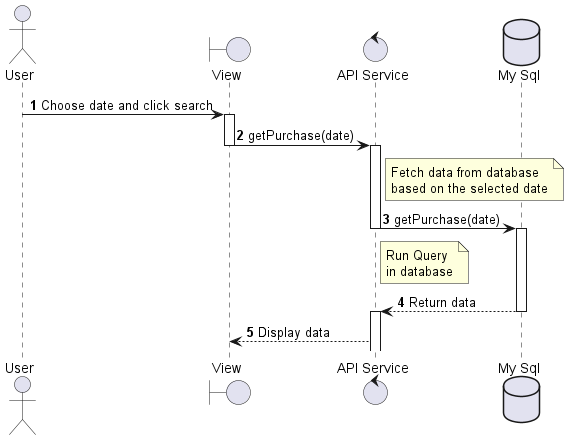
Earlier version of the PlantUML export out/sequenceDiagram_Purchase_getData/sequenceDiagram_Purchase_getData.png (Fitranda/Diagram). The source it was exported from:
```plantuml
@startuml sequenceDiagram_Purchase_getData
actor User
boundary "View" as View
control "API Service" as APIService
database "My Sql" as DB

autonumber
User -> View --++ : Choose date and click search
View -> APIService --++ : getPurchase(date)
note right of APIService: Fetch data from database\nbased on the selected date
APIService -> DB --++ : getPurchase(date)
note right of APIService: Run Query\nin database
DB --> APIService --++ : Return data
APIService --> View : Display data
@enduml
```
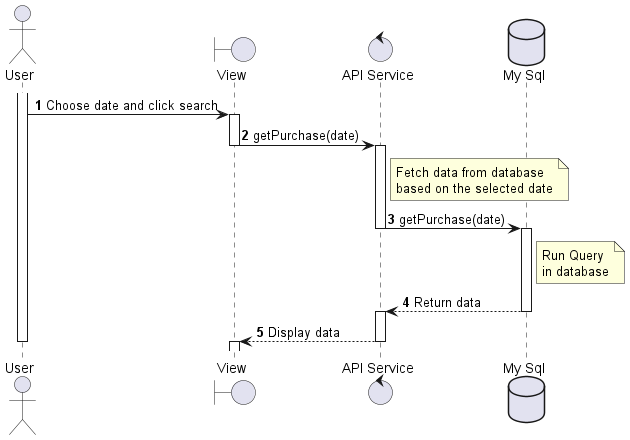
Above is the later version.

Change to the diagram source:
```diff
@@ -5,11 +5,21 @@
 database "My Sql" as DB
 
 autonumber
-User -> View --++ : Choose date and click search
-View -> APIService --++ : getPurchase(date)
+activate User
+User -> View : Choose date and click search
+activate View
+View -> APIService : getPurchase(date)
+deactivate View
+activate APIService
 note right of APIService: Fetch data from database\nbased on the selected date
-APIService -> DB --++ : getPurchase(date)
-note right of APIService: Run Query\nin database
-DB --> APIService --++ : Return data
-APIService --> View : Display data
+APIService -> DB : getPurchase(date)
+deactivate APIService
+activate DB
+note right of DB: Run Query\nin database
+DB --> APIService : Return data
+deactivate DB
+activate APIService
+APIService --> View --++: Display data
+deactivate APIService
+deactivate User
 @enduml
```
